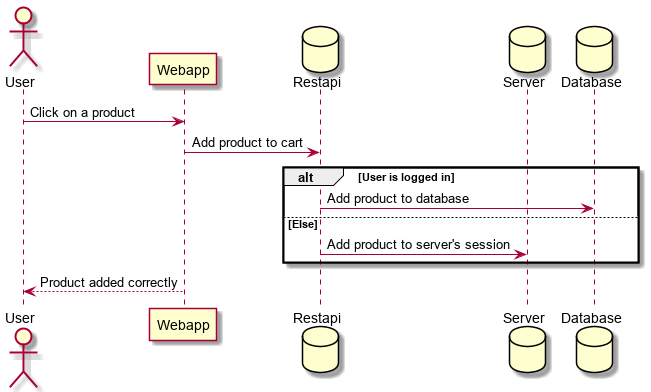
The PlantUML diagram images/Sequence diagram_AddProduct.png in Arquisoft/dede_es5a, before a commit.
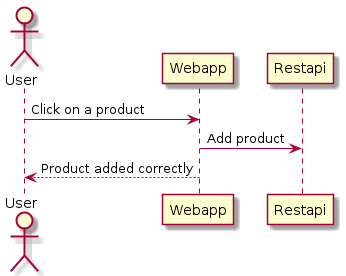
After the commit.

Diff of the diagram source:
```diff
@@ -1,17 +1,9 @@
 @startuml
 actor User
 participant Webapp
-database Restapi
-database Server
-database Database
+participant Restapi
 
 User -> Webapp: Click on a product
-Webapp -> Restapi: Add product to cart
-alt User is logged in
-    Restapi -> Database: Add product to database
-else Else
-    Restapi -> Server: Add product to server's session
-end
-
+Webapp -> Restapi: Add product
 User <-- Webapp: Product added correctly
 @enduml
```
